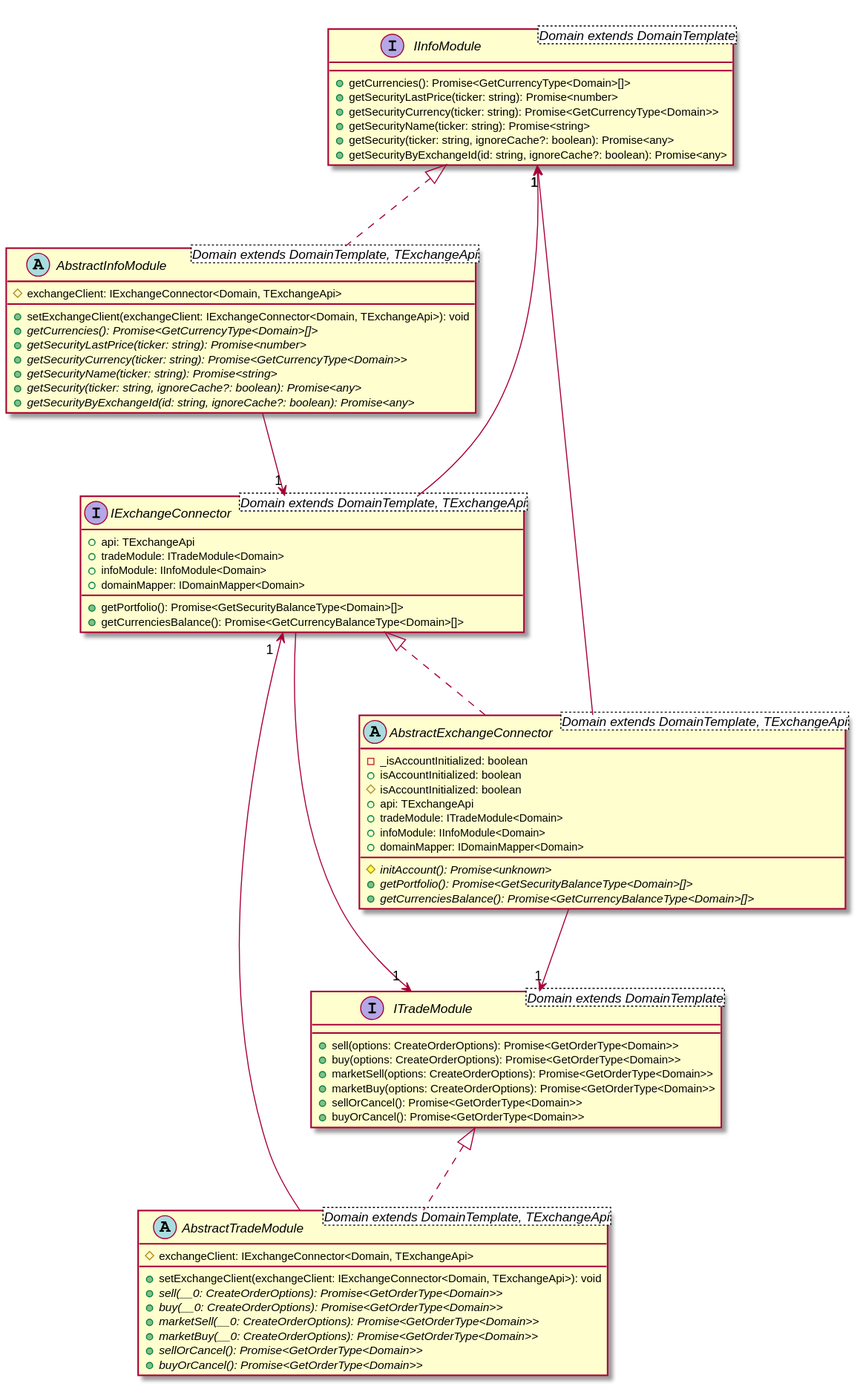
This is .docs/public/diagrams/connector.svg from d0rich/tradeb0t, a PlantUML export, as it was before one commit.
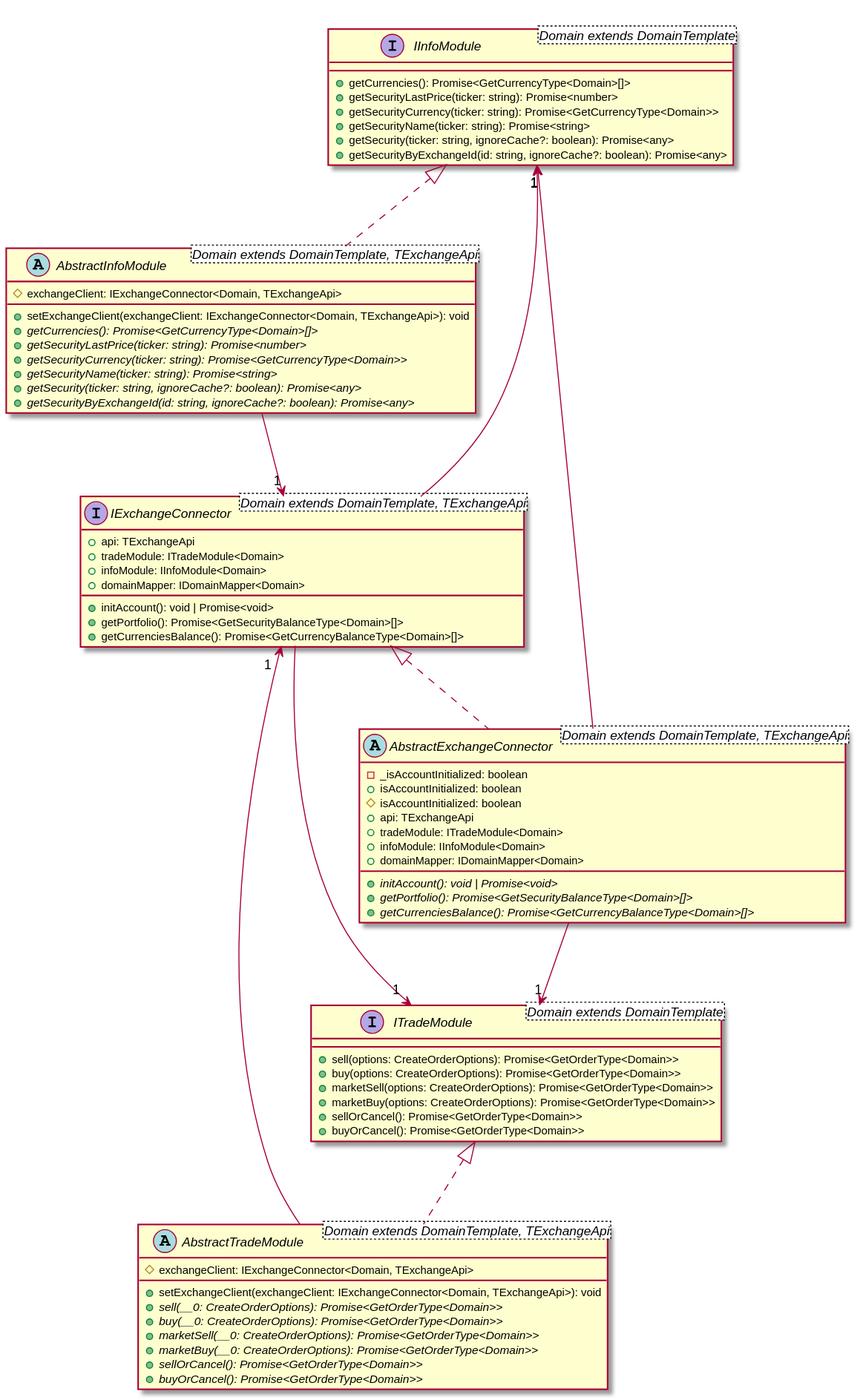
Above is the later version.

Diff of the diagram source:
```diff
@@ -20,6 +20,7 @@
     +tradeModule: ITradeModule<Domain>
     +infoModule: IInfoModule<Domain>
     +domainMapper: IDomainMapper<Domain>
+    +initAccount(): void | Promise<void>
     +getPortfolio(): Promise<GetSecurityBalanceType<Domain>[]>
     +getCurrenciesBalance(): Promise<GetCurrencyBalanceType<Domain>[]>
 }
@@ -51,7 +52,7 @@
     +tradeModule: ITradeModule<Domain>
     +infoModule: IInfoModule<Domain>
     +domainMapper: IDomainMapper<Domain>
-    #{abstract} initAccount(): Promise<unknown>
+    +{abstract} initAccount(): void | Promise<void>
     +{abstract} getPortfolio(): Promise<GetSecurityBalanceType<Domain>[]>
     +{abstract} getCurrenciesBalance(): Promise<GetCurrencyBalanceType<Domain>[]>
 }
```
